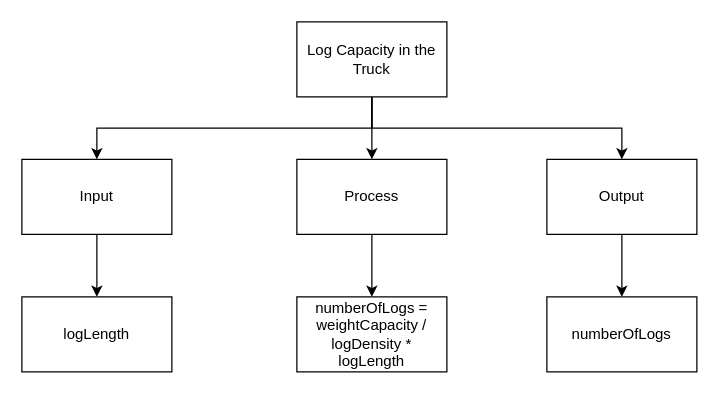
dbcalitis/ics4u-unit1-01-typescript keeps this draw.io diagram as Design/Top-Down-Unit1-01.drawio. Above is the earlier version. Source tidied: cells renumbered, new cells numbered last; positions are measured from the earlier drawing's top-left corner, leaving out a move shared by most shapes. Both pictures are drawn from the tidied source at 125%, with x=0, y=0 at pixel (21, 21).
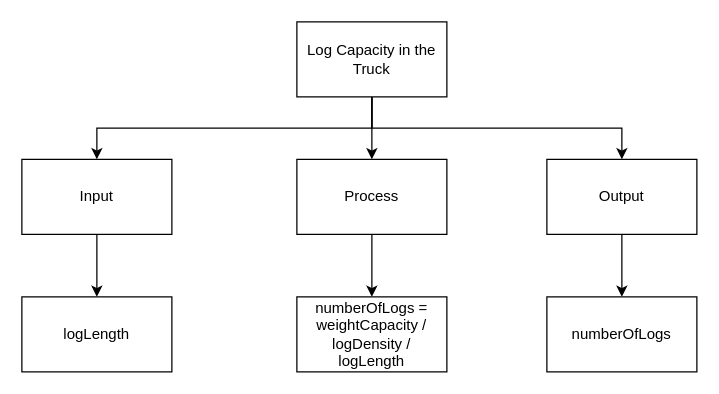
Above is the later version.

What changed in the source:
```diff
@@
 <mxGraphModel>
   <root>
     <mxCell id="0" />
     <mxCell id="1" parent="0" />
     <mxCell id="2" style="edgeStyle=orthogonalEdgeStyle;rounded=0;html=1;exitX=0.5;exitY=1;exitDx=0;exitDy=0;entryX=0.5;entryY=0;entryDx=0;entryDy=0;" parent="1" edge="1" source="5" target="9">
       <mxGeometry relative="1" as="geometry" />
     </mxCell>
     <mxCell id="3" style="edgeStyle=orthogonalEdgeStyle;rounded=0;html=1;exitX=0.5;exitY=1;exitDx=0;exitDy=0;" parent="1" edge="1" source="5" target="7">
       <mxGeometry relative="1" as="geometry" />
     </mxCell>
     <mxCell id="4" style="edgeStyle=orthogonalEdgeStyle;rounded=0;html=1;exitX=0.5;exitY=1;exitDx=0;exitDy=0;entryX=0.5;entryY=0;entryDx=0;entryDy=0;" parent="1" edge="1" source="5" target="11">
       <mxGeometry relative="1" as="geometry" />
     </mxCell>
     <mxCell id="5" value="Log Capacity in the Truck" style="rounded=0;whiteSpace=wrap;html=1;" parent="1" vertex="1">
       <mxGeometry x="220" width="120" height="60" as="geometry" />
     </mxCell>
     <mxCell id="6" style="edgeStyle=orthogonalEdgeStyle;rounded=0;html=1;exitX=0.5;exitY=1;exitDx=0;exitDy=0;entryX=0.5;entryY=0;entryDx=0;entryDy=0;" parent="1" edge="1" source="7" target="12">
       <mxGeometry relative="1" as="geometry" />
     </mxCell>
     <mxCell id="7" value="Input" style="rounded=0;whiteSpace=wrap;html=1;" parent="1" vertex="1">
       <mxGeometry y="110" width="120" height="60" as="geometry" />
     </mxCell>
     <mxCell id="8" style="edgeStyle=orthogonalEdgeStyle;rounded=0;html=1;exitX=0.5;exitY=1;exitDx=0;exitDy=0;entryX=0.5;entryY=0;entryDx=0;entryDy=0;" parent="1" edge="1" source="9" target="13">
       <mxGeometry relative="1" as="geometry" />
     </mxCell>
     <mxCell id="9" value="Process" style="rounded=0;whiteSpace=wrap;html=1;" parent="1" vertex="1">
       <mxGeometry x="220" y="110" width="120" height="60" as="geometry" />
     </mxCell>
     <mxCell id="10" style="edgeStyle=orthogonalEdgeStyle;rounded=0;html=1;exitX=0.5;exitY=1;exitDx=0;exitDy=0;" parent="1" edge="1" source="11" target="14">
       <mxGeometry relative="1" as="geometry" />
     </mxCell>
     <mxCell id="11" value="Output" style="rounded=0;whiteSpace=wrap;html=1;" parent="1" vertex="1">
       <mxGeometry x="420" y="110" width="120" height="60" as="geometry" />
     </mxCell>
     <mxCell id="12" value="logLength" style="rounded=0;whiteSpace=wrap;html=1;" parent="1" vertex="1">
       <mxGeometry y="220" width="120" height="60" as="geometry" />
     </mxCell>
-    <mxCell id="13" value="numberOfLogs = weightCapacity / logDensity * logLength" style="rounded=0;whiteSpace=wrap;html=1;" parent="1" vertex="1">
+    <mxCell id="13" value="numberOfLogs = weightCapacity / logDensity / logLength" style="rounded=0;whiteSpace=wrap;html=1;" parent="1" vertex="1">
       <mxGeometry x="220" y="220" width="120" height="60" as="geometry" />
     </mxCell>
     <mxCell id="14" value="numberOfLogs" style="rounded=0;whiteSpace=wrap;html=1;" parent="1" vertex="1">
       <mxGeometry x="420" y="220" width="120" height="60" as="geometry" />
     </mxCell>
   </root>
 </mxGraphModel>
```
